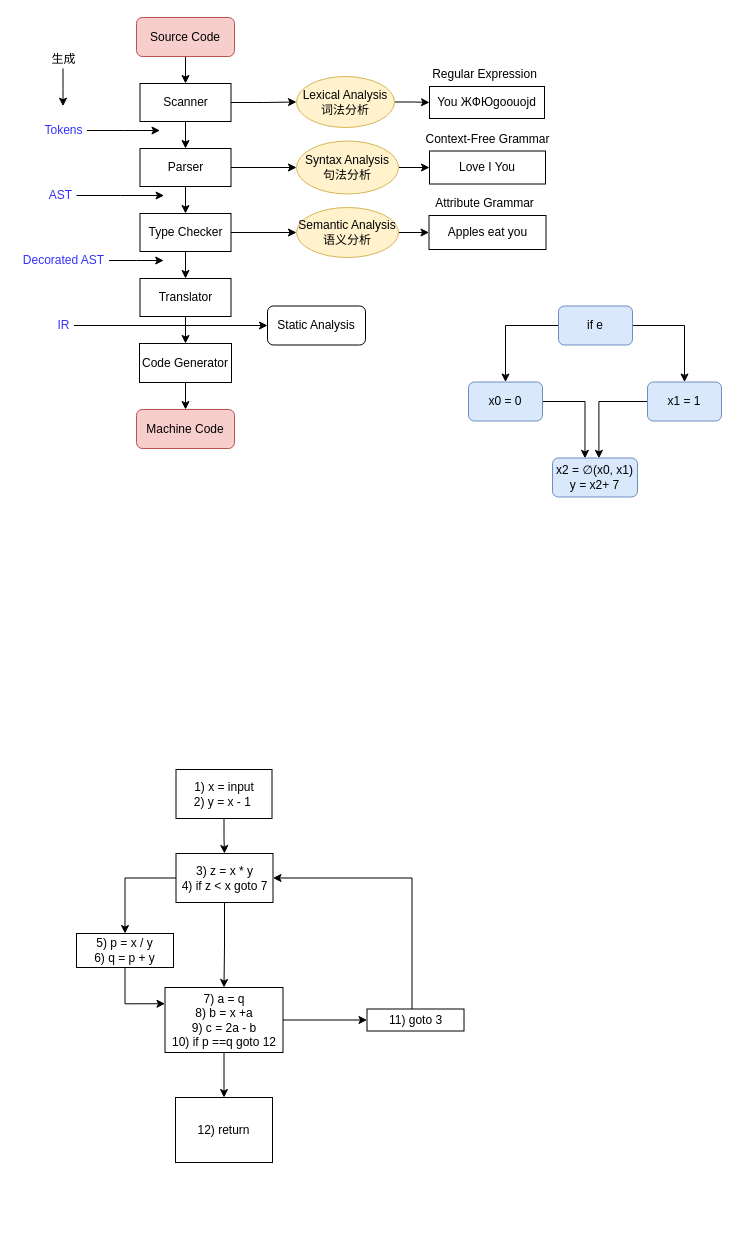
This is course/static-program-analysis/static-program-analysis-02-intermediate-representation/未命名绘图.drawio from K1ose/K1ose.github.io, a draw.io file, before an edit. Source tidied: cells renumbered, new cells numbered last; positions are measured from the earlier drawing's top-left corner, leaving out a move shared by most shapes. Both pictures are drawn from the tidied source at 100%, with x=0, y=0 at pixel (16, 17).
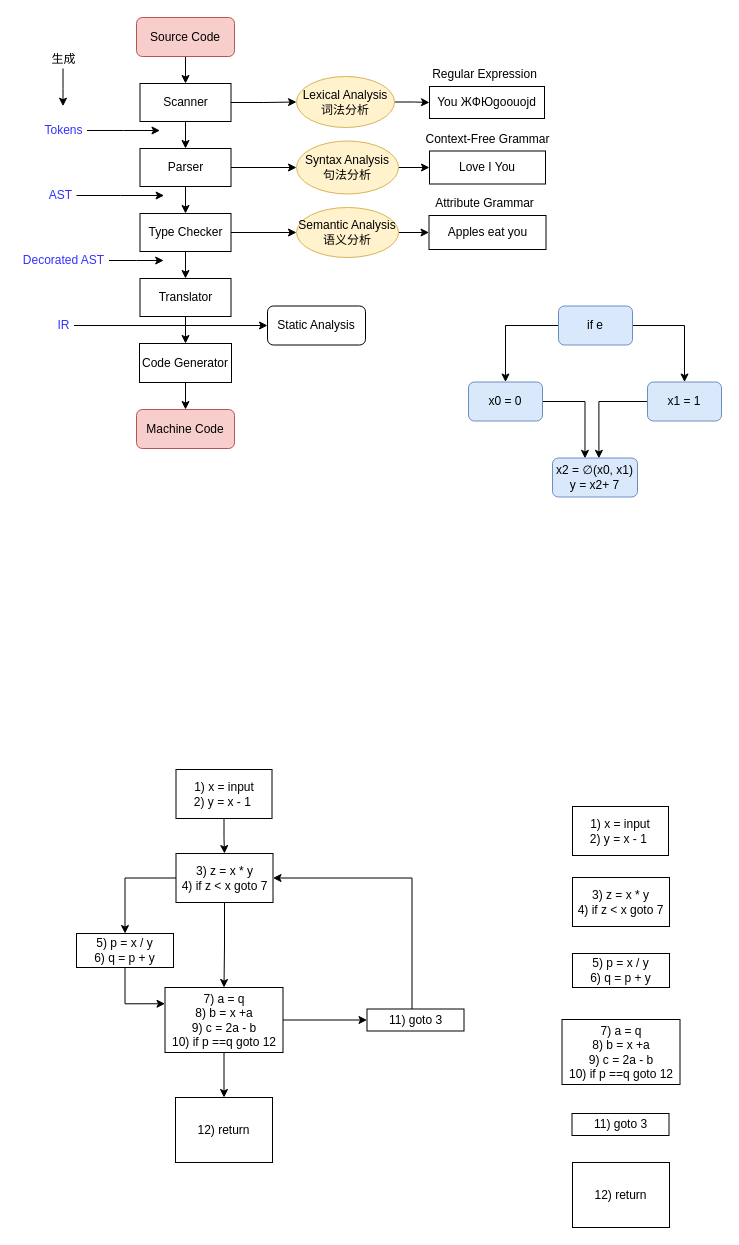
After the change.

Diff of the diagram source:
```diff
@@
+    <mxCell id="62" value="1) x = input&lt;br&gt;2) y = x - 1&amp;nbsp;" style="whiteSpace=wrap;html=1;" parent="1" vertex="1">
+      <mxGeometry x="556" y="789" width="96" height="49" as="geometry" />
+    </mxCell>
+    <mxCell id="63" value="3) z = x * y&lt;br&gt;4) if z &amp;lt; x goto 7" style="whiteSpace=wrap;html=1;" parent="1" vertex="1">
+      <mxGeometry x="556" y="860" width="97" height="49" as="geometry" />
+    </mxCell>
+    <mxCell id="64" value="5) p = x / y&lt;br&gt;6) q = p + y" style="whiteSpace=wrap;html=1;" parent="1" vertex="1">
+      <mxGeometry x="556" y="936" width="97" height="34" as="geometry" />
+    </mxCell>
+    <mxCell id="65" value="7) a = q&lt;br&gt;8) b = x +a&lt;br&gt;9) c = 2a - b&lt;br&gt;10) if p ==q goto 12" style="whiteSpace=wrap;html=1;" parent="1" vertex="1">
+      <mxGeometry x="545.5" y="1002" width="118" height="65" as="geometry" />
+    </mxCell>
+    <mxCell id="66" value="11) goto 3" style="whiteSpace=wrap;html=1;" parent="1" vertex="1">
+      <mxGeometry x="555.5" y="1096" width="97" height="22" as="geometry" />
+    </mxCell>
+    <mxCell id="67" value="12) return" style="whiteSpace=wrap;html=1;" parent="1" vertex="1">
+      <mxGeometry x="556" y="1145" width="97" height="65" as="geometry" />
+    </mxCell>
```
